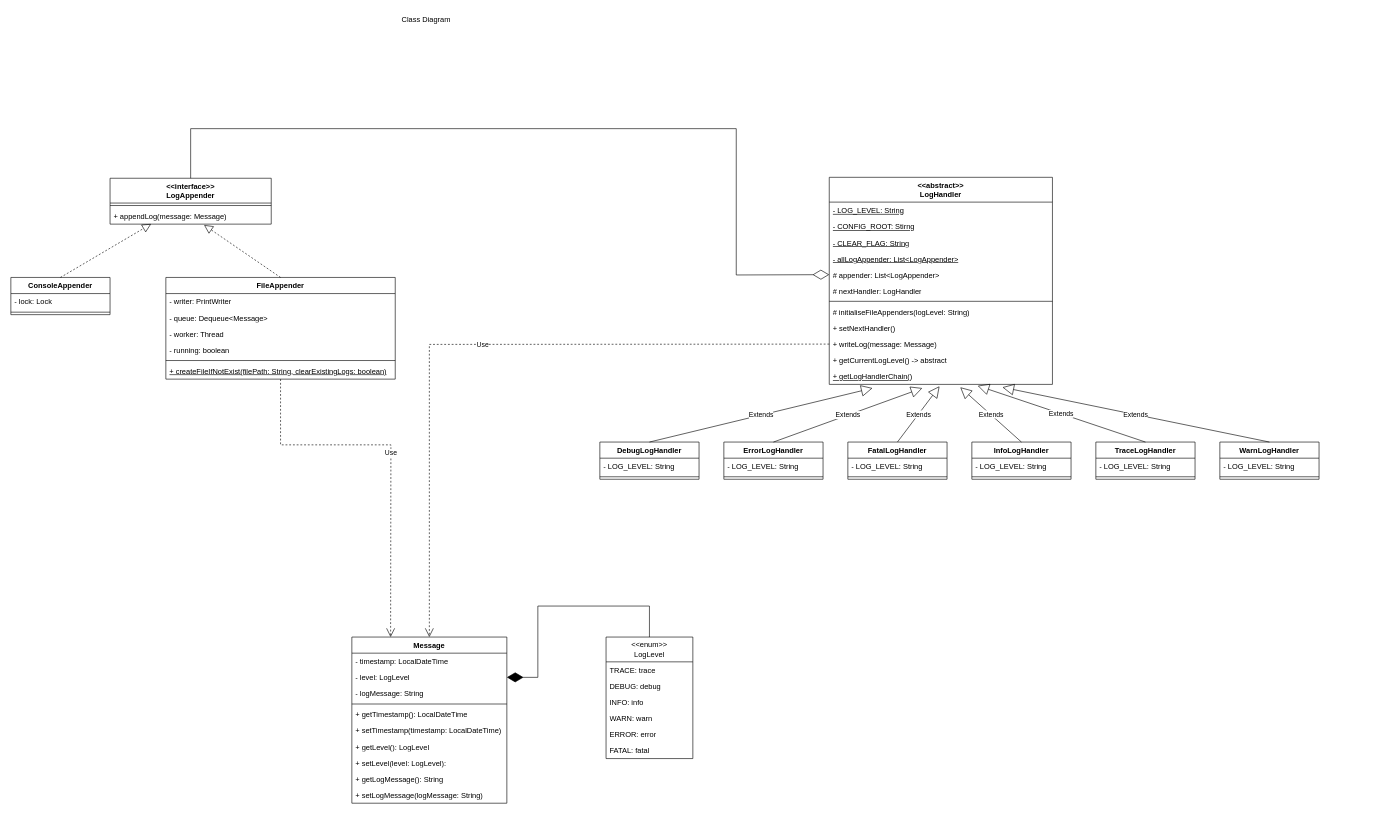
Above: documentation/diagrams/class-diagram.drawio in parmar-mohit/Brick-Logger (draw.io), before the change. Source tidied: cells renumbered, new cells numbered last; positions are measured from the earlier drawing's top-left corner, leaving out a move shared by most shapes. Both pictures are drawn from the tidied source at 62%, with x=0, y=0 at pixel (11, 11).
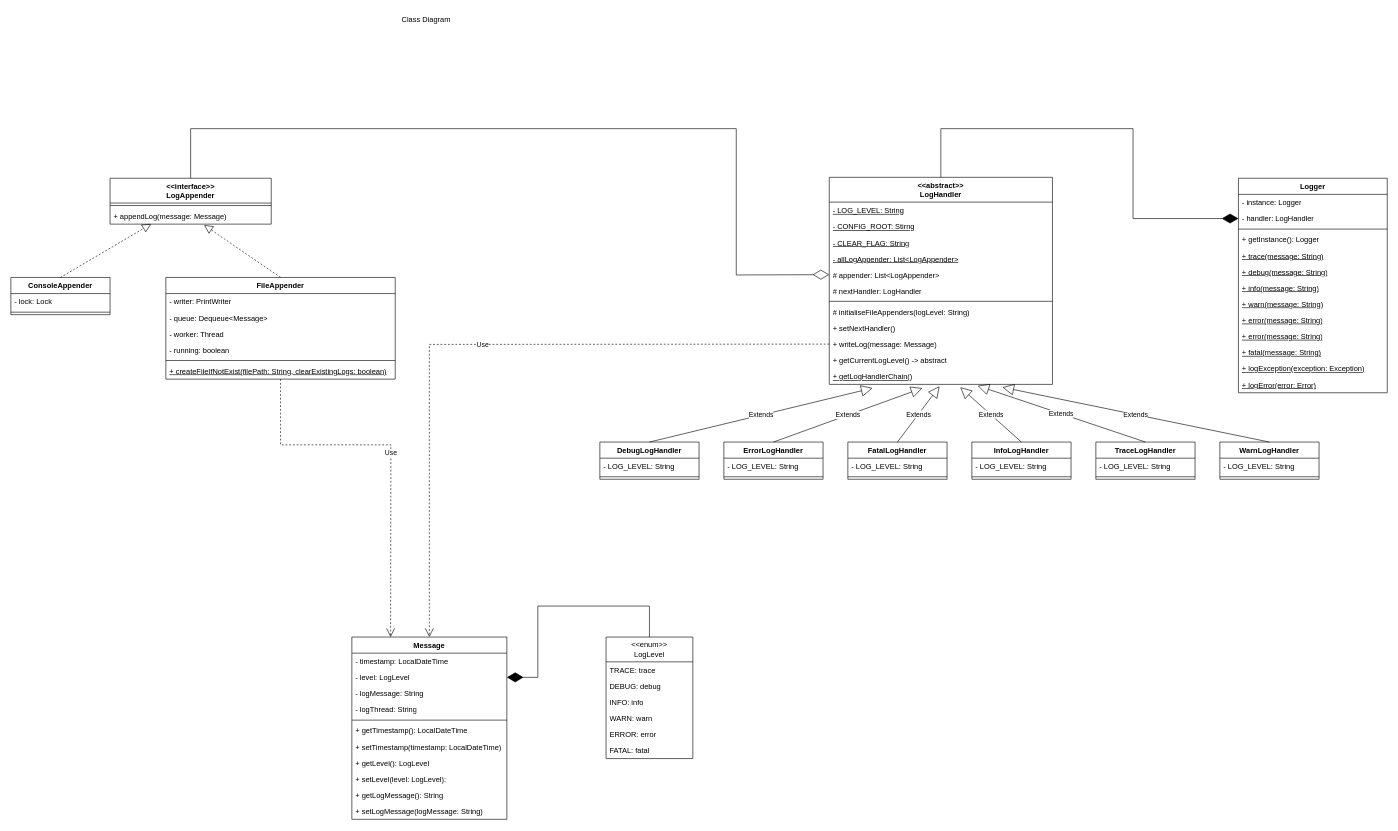
The same diagram, later.

Unchanged cells that the change refers to:
```xml
<mxCell id="18" value="&amp;lt;&amp;lt;abstract&amp;gt;&amp;gt;&lt;div&gt;LogHandler&lt;/div&gt;" style="swimlane;fontStyle=1;align=center;verticalAlign=top;horizontal=1;startSize=40;whiteSpace=wrap;html=1;" parent="1" vertex="1">
  <mxGeometry x="1320" y="268.5" width="360" height="334" as="geometry" />
</mxCell>
```

The edit, as a diff of the source:
```diff
@@
     <mxCell id="62" value="Message" style="swimlane;fontStyle=1;align=center;verticalAlign=top;horizontal=1;startSize=26;whiteSpace=wrap;html=1;" parent="1" vertex="1">
-      <mxGeometry x="550" y="1010" width="250" height="268" as="geometry" />
+      <mxGeometry x="550" y="1010" width="250" height="294" as="geometry" />
     </mxCell>
@@
+    <mxCell id="77" value="- logThread: String" style="text;strokeColor=none;fillColor=none;align=left;verticalAlign=top;spacingLeft=4;spacingRight=4;overflow=hidden;whiteSpace=wrap;html=1;" parent="62" vertex="1">
+      <mxGeometry y="104" width="250" height="26" as="geometry" />
+    </mxCell>
     <mxCell id="66" style="line;strokeWidth=1;fillColor=none;align=left;verticalAlign=middle;spacingTop=-1;spacingLeft=3;spacingRight=3;labelPosition=right;strokeColor=inherit;" parent="62" vertex="1">
-      <mxGeometry y="104" width="250" height="8" as="geometry" />
+      <mxGeometry y="130" width="250" height="8" as="geometry" />
     </mxCell>
     <mxCell id="67" value="+ getTimestamp(): LocalDateTime" style="text;strokeColor=none;fillColor=none;align=left;verticalAlign=top;spacingLeft=4;spacingRight=4;overflow=hidden;whiteSpace=wrap;html=1;" parent="62" vertex="1">
-      <mxGeometry y="112" width="250" height="26" as="geometry" />
+      <mxGeometry y="138" width="250" height="26" as="geometry" />
     </mxCell>
     <mxCell id="68" value="+ setTimestamp(timestamp: LocalDateTime)" style="text;strokeColor=none;fillColor=none;align=left;verticalAlign=top;spacingLeft=4;spacingRight=4;overflow=hidden;whiteSpace=wrap;html=1;" parent="62" vertex="1">
-      <mxGeometry y="138" width="250" height="26" as="geometry" />
+      <mxGeometry y="164" width="250" height="26" as="geometry" />
     </mxCell>
     <mxCell id="69" value="+ getLevel(): LogLevel" style="text;strokeColor=none;fillColor=none;align=left;verticalAlign=top;spacingLeft=4;spacingRight=4;overflow=hidden;whiteSpace=wrap;html=1;" parent="62" vertex="1">
-      <mxGeometry y="164" width="250" height="26" as="geometry" />
+      <mxGeometry y="190" width="250" height="26" as="geometry" />
     </mxCell>
     <mxCell id="70" value="+ setLevel(level: LogLevel):&amp;nbsp;" style="text;strokeColor=none;fillColor=none;align=left;verticalAlign=top;spacingLeft=4;spacingRight=4;overflow=hidden;whiteSpace=wrap;html=1;" parent="62" vertex="1">
-      <mxGeometry y="190" width="250" height="26" as="geometry" />
+      <mxGeometry y="216" width="250" height="26" as="geometry" />
     </mxCell>
     <mxCell id="71" value="+ getLogMessage(): String" style="text;strokeColor=none;fillColor=none;align=left;verticalAlign=top;spacingLeft=4;spacingRight=4;overflow=hidden;whiteSpace=wrap;html=1;" parent="62" vertex="1">
-      <mxGeometry y="216" width="250" height="26" as="geometry" />
+      <mxGeometry y="242" width="250" height="26" as="geometry" />
     </mxCell>
     <mxCell id="72" value="+ setLogMessage(logMessage: String)" style="text;strokeColor=none;fillColor=none;align=left;verticalAlign=top;spacingLeft=4;spacingRight=4;overflow=hidden;whiteSpace=wrap;html=1;" parent="62" vertex="1">
-      <mxGeometry y="242" width="250" height="26" as="geometry" />
+      <mxGeometry y="268" width="250" height="26" as="geometry" />
     </mxCell>
@@
+    <mxCell id="78" value="Logger" style="swimlane;fontStyle=1;align=center;verticalAlign=top;horizontal=1;startSize=26;whiteSpace=wrap;html=1;" parent="1" vertex="1">
+      <mxGeometry x="1980" y="270" width="240" height="346" as="geometry" />
+    </mxCell>
+    <mxCell id="79" value="- instance: Logger" style="text;strokeColor=none;fillColor=none;align=left;verticalAlign=top;spacingLeft=4;spacingRight=4;overflow=hidden;whiteSpace=wrap;html=1;" parent="78" vertex="1">
+      <mxGeometry y="26" width="240" height="26" as="geometry" />
+    </mxCell>
+    <mxCell id="80" value="- handler: LogHandler" style="text;strokeColor=none;fillColor=none;align=left;verticalAlign=top;spacingLeft=4;spacingRight=4;overflow=hidden;points=[[0,0.5],[1,0.5]];portConstraint=eastwest;whiteSpace=wrap;html=1;" parent="78" vertex="1">
+      <mxGeometry y="52" width="240" height="26" as="geometry" />
+    </mxCell>
+    <mxCell id="81" style="line;strokeWidth=1;fillColor=none;align=left;verticalAlign=middle;spacingTop=-1;spacingLeft=3;spacingRight=3;labelPosition=right;strokeColor=inherit;" parent="78" vertex="1">
+      <mxGeometry y="78" width="240" height="8" as="geometry" />
+    </mxCell>
+    <mxCell id="82" value="+ getInstance(): Logger" style="text;strokeColor=none;fillColor=none;align=left;verticalAlign=top;spacingLeft=4;spacingRight=4;overflow=hidden;whiteSpace=wrap;html=1;" parent="78" vertex="1">
+      <mxGeometry y="86" width="240" height="26" as="geometry" />
+    </mxCell>
+    <mxCell id="83" value="&lt;u&gt;+ trace(message: String)&lt;/u&gt;" style="text;strokeColor=none;fillColor=none;align=left;verticalAlign=top;spacingLeft=4;spacingRight=4;overflow=hidden;whiteSpace=wrap;html=1;" parent="78" vertex="1">
+      <mxGeometry y="112" width="240" height="26" as="geometry" />
+    </mxCell>
+    <mxCell id="84" value="&lt;u&gt;+ debug(message: String)&lt;/u&gt;" style="text;strokeColor=none;fillColor=none;align=left;verticalAlign=top;spacingLeft=4;spacingRight=4;overflow=hidden;whiteSpace=wrap;html=1;" parent="78" vertex="1">
+      <mxGeometry y="138" width="240" height="26" as="geometry" />
+    </mxCell>
+    <mxCell id="85" value="&lt;u&gt;+ info(message: String)&lt;/u&gt;" style="text;strokeColor=none;fillColor=none;align=left;verticalAlign=top;spacingLeft=4;spacingRight=4;overflow=hidden;whiteSpace=wrap;html=1;" parent="78" vertex="1">
+      <mxGeometry y="164" width="240" height="26" as="geometry" />
+    </mxCell>
+    <mxCell id="86" value="&lt;u&gt;+ warn(message: String)&lt;/u&gt;" style="text;strokeColor=none;fillColor=none;align=left;verticalAlign=top;spacingLeft=4;spacingRight=4;overflow=hidden;whiteSpace=wrap;html=1;" parent="78" vertex="1">
+      <mxGeometry y="190" width="240" height="26" as="geometry" />
+    </mxCell>
+    <mxCell id="87" value="&lt;u&gt;+ error(message: String)&lt;/u&gt;" style="text;strokeColor=none;fillColor=none;align=left;verticalAlign=top;spacingLeft=4;spacingRight=4;overflow=hidden;whiteSpace=wrap;html=1;" parent="78" vertex="1">
+      <mxGeometry y="216" width="240" height="26" as="geometry" />
+    </mxCell>
+    <mxCell id="88" value="&lt;u&gt;+ error(message: String)&lt;/u&gt;" style="text;strokeColor=none;fillColor=none;align=left;verticalAlign=top;spacingLeft=4;spacingRight=4;overflow=hidden;whiteSpace=wrap;html=1;" parent="78" vertex="1">
+      <mxGeometry y="242" width="240" height="26" as="geometry" />
+    </mxCell>
+    <mxCell id="89" value="&lt;div&gt;&lt;u&gt;+ fatal(&lt;span style=&quot;background-color: transparent; color: light-dark(rgb(0, 0, 0), rgb(255, 255, 255));&quot;&gt;message: String&lt;/span&gt;&lt;span style=&quot;background-color: transparent; color: light-dark(rgb(0, 0, 0), rgb(255, 255, 255));&quot;&gt;)&lt;/span&gt;&lt;/u&gt;&lt;/div&gt;" style="text;strokeColor=none;fillColor=none;align=left;verticalAlign=top;spacingLeft=4;spacingRight=4;overflow=hidden;whiteSpace=wrap;html=1;" parent="78" vertex="1">
+      <mxGeometry y="268" width="240" height="26" as="geometry" />
+    </mxCell>
+    <mxCell id="90" value="&lt;u&gt;+ logException(exception: Exception)&lt;/u&gt;" style="text;strokeColor=none;fillColor=none;align=left;verticalAlign=top;spacingLeft=4;spacingRight=4;overflow=hidden;whiteSpace=wrap;html=1;" parent="78" vertex="1">
+      <mxGeometry y="294" width="240" height="26" as="geometry" />
+    </mxCell>
+    <mxCell id="91" value="&lt;u&gt;+ logError(error: Error)&lt;/u&gt;" style="text;strokeColor=none;fillColor=none;align=left;verticalAlign=top;spacingLeft=4;spacingRight=4;overflow=hidden;whiteSpace=wrap;html=1;" parent="78" vertex="1">
+      <mxGeometry y="320" width="240" height="26" as="geometry" />
+    </mxCell>
+    <mxCell id="92" style="endArrow=diamondThin;endFill=1;endSize=24;html=1;rounded=0;entryX=0;entryY=0.5;entryDx=0;entryDy=0;exitX=0.5;exitY=0;exitDx=0;exitDy=0;" parent="1" edge="1" source="18" target="80">
+      <mxGeometry relative="1" as="geometry">
+        <Array as="points">
+          <mxPoint x="1500" y="190" />
+          <mxPoint x="1810" y="190" />
+          <mxPoint x="1810" y="335" />
+        </Array>
+      </mxGeometry>
+    </mxCell>
```
